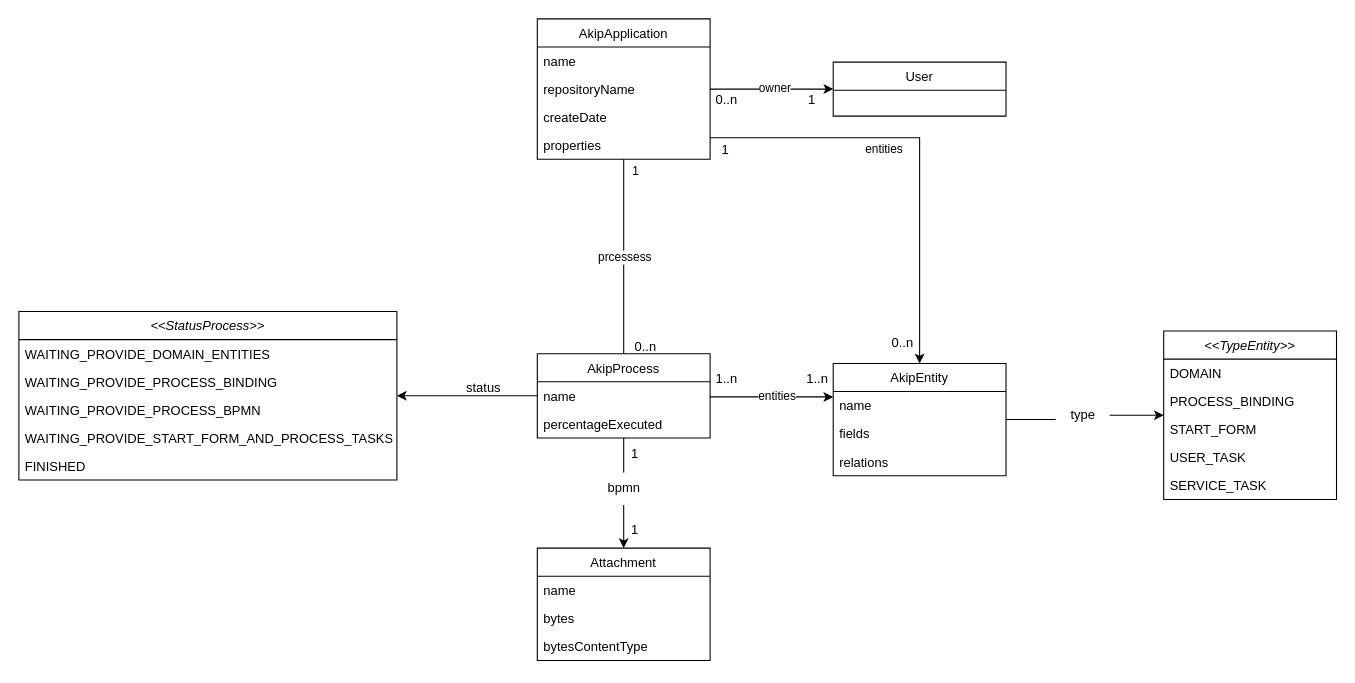
Earlier version of the draw.io diagram akip-generation-web.drawio (Taciomarques/akip-generation-web). Source tidied: cells renumbered, new cells numbered last; positions are measured from the earlier drawing's top-left corner, leaving out a move shared by most shapes. Both pictures are drawn from the tidied source at 108%, with x=0, y=0 at pixel (18, 18).
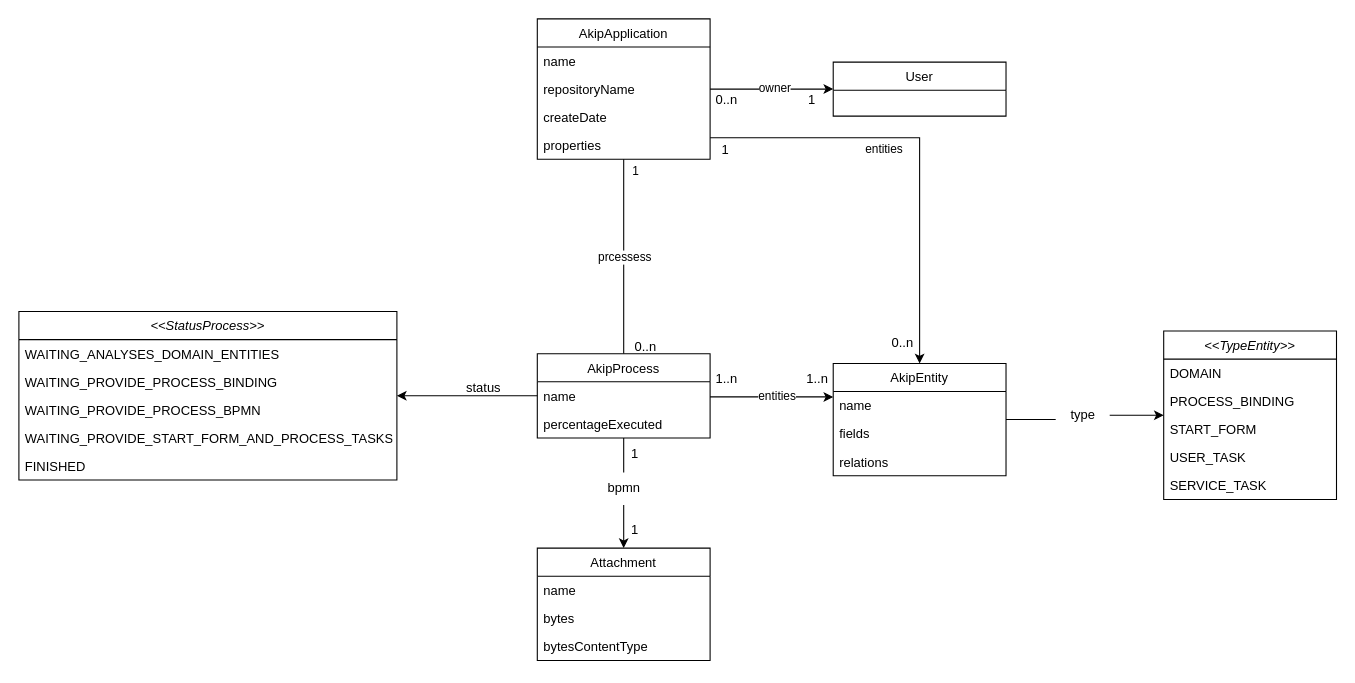
After the change.

Unchanged cells that the change refers to:
```xml
<mxCell id="47" value="&lt;&lt;StatusProcess&gt;&gt;" style="swimlane;fontStyle=2;align=center;verticalAlign=top;horizontal=1;startSize=26;rounded=0;shadow=0;strokeWidth=1;" parent="1" vertex="1">
  <mxGeometry y="271" width="350" height="156" as="geometry" />
</mxCell>
```

The edit, as a diff of the source:
```diff
@@
-    <mxCell id="48" value="WAITING_PROVIDE_DOMAIN_ENTITIES" style="text;align=left;verticalAlign=top;spacingLeft=4;spacingRight=4;overflow=hidden;rounded=0;shadow=0;html=0;" parent="47" vertex="1">
+    <mxCell id="48" value="WAITING_ANALYSES_DOMAIN_ENTITIES" style="text;align=left;verticalAlign=top;spacingLeft=4;spacingRight=4;overflow=hidden;rounded=0;shadow=0;html=0;" parent="47" vertex="1">
       <mxGeometry y="26" width="350" height="26" as="geometry" />
     </mxCell>
```
